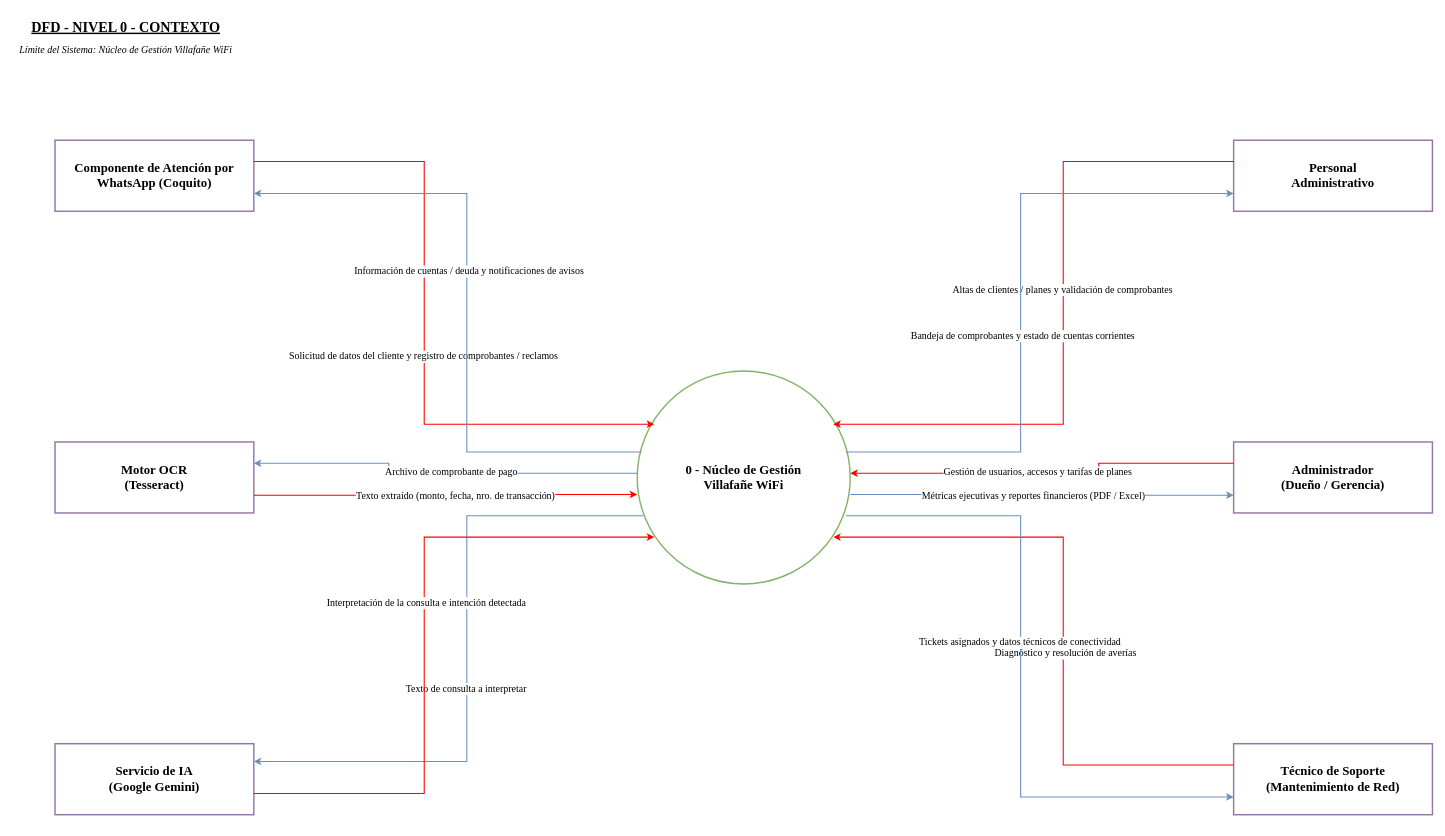
Before: Diagramas/Diagrama de contexto.drawio in Ukiluli11/VillafaneWifi-Gestion-y-atencion, a draw.io diagram. Source tidied: cells renumbered, new cells numbered last; positions are measured from the earlier drawing's top-left corner, leaving out a move shared by most shapes. Both pictures are drawn from the tidied source at 71%, with x=0, y=0 at pixel (12, 12).
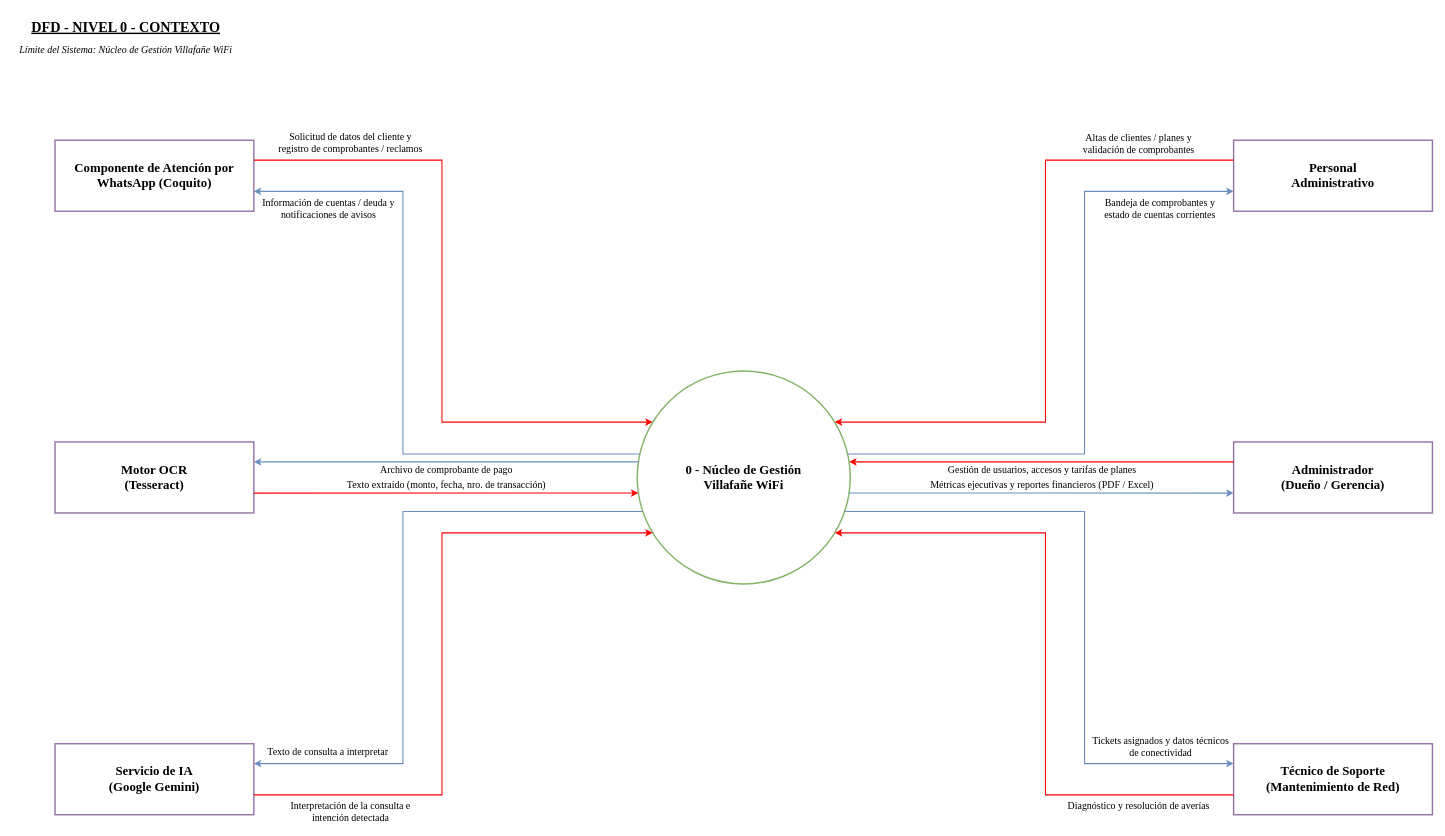
The same page after the edit.

The change refers to these unchanged cells:
```xml
<mxCell id="4" value="&lt;font face=&quot;Times New Roman&quot; style=&quot;font-size: 18px;&quot;&gt;&lt;b&gt;0 - Núcleo de Gestión&lt;br&gt;Villafañe WiFi&lt;/b&gt;&lt;/font&gt;" style="shape=ellipse;html=1;dashed=0;whiteSpace=wrap;perimeter=ellipsePerimeter;fillColor=none;strokeColor=#82b366;strokeWidth=2;" parent="1" vertex="1">
  <mxGeometry x="880" y="505" width="300" height="300" as="geometry" />
</mxCell>
<mxCell id="5" value="&lt;font face=&quot;Times New Roman&quot; style=&quot;font-size: 18px;&quot;&gt;&lt;b&gt;Componente de Atención por WhatsApp (Coquito)&lt;/b&gt;&lt;/font&gt;" style="html=1;dashed=0;whiteSpace=wrap;flipH=1;fillColor=none;strokeColor=#9673a6;strokeWidth=2;" parent="1" vertex="1">
  <mxGeometry x="60" y="180" width="280" height="100" as="geometry" />
</mxCell>
<mxCell id="6" value="&lt;font face=&quot;Times New Roman&quot; style=&quot;font-size: 18px;&quot;&gt;&lt;b&gt;Motor OCR&lt;br&gt;(Tesseract)&lt;/b&gt;&lt;/font&gt;" style="html=1;dashed=0;whiteSpace=wrap;flipH=1;fillColor=none;strokeColor=#9673a6;strokeWidth=2;" parent="1" vertex="1">
  <mxGeometry x="60" y="605" width="280" height="100" as="geometry" />
</mxCell>
<mxCell id="7" value="&lt;font face=&quot;Times New Roman&quot; style=&quot;font-size: 18px;&quot;&gt;&lt;b&gt;Servicio de IA&lt;br&gt;(Google Gemini)&lt;/b&gt;&lt;/font&gt;" style="html=1;dashed=0;whiteSpace=wrap;flipH=1;fillColor=none;strokeColor=#9673a6;strokeWidth=2;" parent="1" vertex="1">
  <mxGeometry x="60" y="1030" width="280" height="100" as="geometry" />
</mxCell>
<mxCell id="8" value="&lt;font face=&quot;Times New Roman&quot; style=&quot;font-size: 18px;&quot;&gt;&lt;b&gt;Personal&lt;br&gt;Administrativo&lt;/b&gt;&lt;/font&gt;" style="html=1;dashed=0;whiteSpace=wrap;flipH=1;fillColor=none;strokeColor=#9673a6;strokeWidth=2;" parent="1" vertex="1">
  <mxGeometry x="1720" y="180" width="280" height="100" as="geometry" />
</mxCell>
<mxCell id="9" value="&lt;font face=&quot;Times New Roman&quot; style=&quot;font-size: 18px;&quot;&gt;&lt;b&gt;Administrador&lt;br&gt;(Dueño / Gerencia)&lt;/b&gt;&lt;/font&gt;" style="html=1;dashed=0;whiteSpace=wrap;flipH=1;fillColor=none;strokeColor=#9673a6;strokeWidth=2;" parent="1" vertex="1">
  <mxGeometry x="1720" y="605" width="280" height="100" as="geometry" />
</mxCell>
<mxCell id="10" value="&lt;font face=&quot;Times New Roman&quot; style=&quot;font-size: 18px;&quot;&gt;&lt;b&gt;Técnico de Soporte&lt;br&gt;(Mantenimiento de Red)&lt;/b&gt;&lt;/font&gt;" style="html=1;dashed=0;whiteSpace=wrap;flipH=1;fillColor=none;strokeColor=#9673a6;strokeWidth=2;" parent="1" vertex="1">
  <mxGeometry x="1720" y="1030" width="280" height="100" as="geometry" />
</mxCell>
```

The edit, as a diff of the source:
```diff
@@
-    <mxCell id="11" style="edgeStyle=orthogonalEdgeStyle;rounded=0;jettySize=auto;html=1;fillColor=#FF0000;strokeColor=#FF0000;strokeWidth=1.5;exitX=1;exitY=0.3;exitDx=0;exitDy=0;entryX=0.08;entryY=0.25;entryDx=0;entryDy=0;entryPerimeter=0;" parent="1" edge="1" source="5" target="4">
+    <mxCell id="11" style="rounded=0;html=1;fillColor=#FF0000;strokeColor=#FF0000;strokeWidth=1.5;noEdgeStyle=1;jumpStyle=arc;jumpSize=9;exitPerimeter=0;entryPerimeter=0;exitX=0;exitY=0.28;entryX=0.0729;entryY=0.24;" parent="1" edge="1" source="5" target="4">
       <mxGeometry relative="1" as="geometry">
         <Array as="points">
-          <mxPoint x="580" y="210" />
-          <mxPoint x="580" y="580" />
+          <mxPoint x="605" y="208" />
+          <mxPoint x="605" y="577" />
         </Array>
       </mxGeometry>
     </mxCell>
-    <mxCell id="12" value="&lt;font face=&quot;Times New Roman&quot; style=&quot;font-size: 14px;&quot;&gt;Solicitud de datos del cliente y registro de comprobantes / reclamos&lt;/font&gt;" style="edgeLabel;html=1;align=center;verticalAlign=middle;" parent="11" vertex="1">
-      <mxGeometry x="0.1" y="-2" relative="1" as="geometry" />
+    <mxCell id="12" value="&lt;font face=&quot;Times New Roman&quot; style=&quot;font-size: 14px;&quot;&gt;Solicitud de datos del cliente y&lt;br&gt;registro de comprobantes / reclamos&lt;/font&gt;" style="edgeLabel;html=1;align=center;verticalAlign=middle;" parent="11" vertex="1">
+      <mxGeometry x="-0.71" relative="1" as="geometry">
+        <mxPoint y="-25" as="offset" />
+      </mxGeometry>
     </mxCell>
-    <mxCell id="13" style="edgeStyle=orthogonalEdgeStyle;rounded=0;jettySize=auto;html=1;fillColor=#6c8ebf;strokeColor=#6c8ebf;strokeWidth=1.5;exitX=0.02;exitY=0.38;exitDx=0;exitDy=0;exitPerimeter=0;entryX=1;entryY=0.75;entryDx=0;entryDy=0;" parent="1" edge="1" source="4" target="5">
+    <mxCell id="13" style="rounded=0;html=1;fillColor=#6c8ebf;strokeColor=#6c8ebf;strokeWidth=1.5;noEdgeStyle=1;jumpStyle=arc;jumpSize=9;exitPerimeter=0;entryPerimeter=0;exitX=0.0123;exitY=0.39;entryX=0;entryY=0.72;" parent="1" edge="1" source="4" target="5">
       <mxGeometry relative="1" as="geometry">
         <Array as="points">
-          <mxPoint x="640" y="619" />
-          <mxPoint x="640" y="255" />
+          <mxPoint x="550" y="622" />
+          <mxPoint x="550" y="252" />
         </Array>
       </mxGeometry>
     </mxCell>
-    <mxCell id="14" value="&lt;font face=&quot;Times New Roman&quot; style=&quot;font-size: 14px;&quot;&gt;Información de cuentas / deuda y notificaciones de avisos&lt;/font&gt;" style="edgeLabel;html=1;align=center;verticalAlign=middle;" parent="13" vertex="1">
-      <mxGeometry x="0.1" y="-2" relative="1" as="geometry" />
+    <mxCell id="14" value="&lt;font face=&quot;Times New Roman&quot; style=&quot;font-size: 14px;&quot;&gt;Información de cuentas / deuda y&lt;br&gt;notificaciones de avisos&lt;/font&gt;" style="edgeLabel;html=1;align=center;verticalAlign=middle;" parent="13" vertex="1">
+      <mxGeometry x="0.77" relative="1" as="geometry">
+        <mxPoint y="24" as="offset" />
+      </mxGeometry>
     </mxCell>
-    <mxCell id="15" style="edgeStyle=orthogonalEdgeStyle;rounded=0;jettySize=auto;html=1;fillColor=#6c8ebf;strokeColor=#6c8ebf;strokeWidth=1.5;exitX=0;exitY=0.48;exitDx=0;exitDy=0;exitPerimeter=0;entryX=1;entryY=0.3;entryDx=0;entryDy=0;" parent="1" edge="1" source="4" target="6">
-      <mxGeometry relative="1" as="geometry">
-        <Array as="points">
-          <mxPoint x="530" y="649" />
-          <mxPoint x="530" y="635" />
-        </Array>
-      </mxGeometry>
+    <mxCell id="15" style="rounded=0;html=1;fillColor=#6c8ebf;strokeColor=#6c8ebf;strokeWidth=1.5;noEdgeStyle=1;jumpStyle=arc;jumpSize=9;exitPerimeter=0;entryPerimeter=0;exitX=0.0054;exitY=0.4267;entryX=0;entryY=0.28;" parent="1" edge="1" source="4" target="6">
+      <mxGeometry relative="1" as="geometry" />
     </mxCell>
     <mxCell id="16" value="&lt;font face=&quot;Times New Roman&quot; style=&quot;font-size: 14px;&quot;&gt;Archivo de comprobante de pago&lt;/font&gt;" style="edgeLabel;html=1;align=center;verticalAlign=middle;" parent="15" vertex="1">
-      <mxGeometry x="-0.05" y="-2" relative="1" as="geometry" />
+      <mxGeometry relative="1" as="geometry">
+        <mxPoint y="11" as="offset" />
+      </mxGeometry>
     </mxCell>
-    <mxCell id="17" style="edgeStyle=orthogonalEdgeStyle;rounded=0;jettySize=auto;html=1;fillColor=#FF0000;strokeColor=#FF0000;strokeWidth=1.5;exitX=1;exitY=0.75;exitDx=0;exitDy=0;entryX=0;entryY=0.58;entryDx=0;entryDy=0;entryPerimeter=0;" parent="1" edge="1" source="6" target="4">
-      <mxGeometry relative="1" as="geometry">
-        <Array as="points">
-          <mxPoint x="530" y="680" />
-          <mxPoint x="530" y="679" />
-        </Array>
-      </mxGeometry>
+    <mxCell id="17" style="rounded=0;html=1;fillColor=#FF0000;strokeColor=#FF0000;strokeWidth=1.5;noEdgeStyle=1;jumpStyle=arc;jumpSize=9;exitPerimeter=0;entryPerimeter=0;exitX=0;exitY=0.72;entryX=0.0054;entryY=0.5733;" parent="1" edge="1" source="6" target="4">
+      <mxGeometry relative="1" as="geometry" />
     </mxCell>
     <mxCell id="18" value="&lt;font face=&quot;Times New Roman&quot; style=&quot;font-size: 14px;&quot;&gt;Texto extraído (monto, fecha, nro. de transacción)&lt;/font&gt;" style="edgeLabel;html=1;align=center;verticalAlign=middle;" parent="17" vertex="1">
-      <mxGeometry x="0.05" y="-2" relative="1" as="geometry" />
+      <mxGeometry relative="1" as="geometry">
+        <mxPoint y="-11" as="offset" />
+      </mxGeometry>
     </mxCell>
-    <mxCell id="19" style="edgeStyle=orthogonalEdgeStyle;rounded=0;jettySize=auto;html=1;fillColor=#6c8ebf;strokeColor=#6c8ebf;strokeWidth=1.5;exitX=0.03;exitY=0.68;exitDx=0;exitDy=0;exitPerimeter=0;entryX=1;entryY=0.25;entryDx=0;entryDy=0;" parent="1" edge="1" source="4" target="7">
+    <mxCell id="19" style="rounded=0;html=1;fillColor=#6c8ebf;strokeColor=#6c8ebf;strokeWidth=1.5;noEdgeStyle=1;jumpStyle=arc;jumpSize=9;exitPerimeter=0;entryPerimeter=0;exitX=0.0263;exitY=0.66;entryX=0;entryY=0.28;" parent="1" edge="1" source="4" target="7">
       <mxGeometry relative="1" as="geometry">
         <Array as="points">
-          <mxPoint x="640" y="709" />
-          <mxPoint x="640" y="1055" />
+          <mxPoint x="550" y="703" />
+          <mxPoint x="550" y="1058" />
         </Array>
       </mxGeometry>
     </mxCell>
     <mxCell id="20" value="&lt;font face=&quot;Times New Roman&quot; style=&quot;font-size: 14px;&quot;&gt;Texto de consulta a interpretar&lt;/font&gt;" style="edgeLabel;html=1;align=center;verticalAlign=middle;" parent="19" vertex="1">
-      <mxGeometry x="0.1" y="-2" relative="1" as="geometry" />
+      <mxGeometry x="0.77" relative="1" as="geometry">
+        <mxPoint y="-17" as="offset" />
+      </mxGeometry>
     </mxCell>
-    <mxCell id="21" style="edgeStyle=orthogonalEdgeStyle;rounded=0;jettySize=auto;html=1;fillColor=#FF0000;strokeColor=#FF0000;strokeWidth=1.5;exitX=1;exitY=0.7;exitDx=0;exitDy=0;entryX=0.08;entryY=0.78;entryDx=0;entryDy=0;entryPerimeter=0;" parent="1" edge="1" source="7" target="4">
+    <mxCell id="21" style="rounded=0;html=1;fillColor=#FF0000;strokeColor=#FF0000;strokeWidth=1.5;noEdgeStyle=1;jumpStyle=arc;jumpSize=9;exitPerimeter=0;entryPerimeter=0;exitX=0;exitY=0.72;entryX=0.0729;entryY=0.76;" parent="1" edge="1" source="7" target="4">
       <mxGeometry relative="1" as="geometry">
         <Array as="points">
-          <mxPoint x="580" y="1100" />
-          <mxPoint x="580" y="739" />
+          <mxPoint x="605" y="1102" />
+          <mxPoint x="605" y="733" />
         </Array>
       </mxGeometry>
     </mxCell>
-    <mxCell id="22" value="&lt;font face=&quot;Times New Roman&quot; style=&quot;font-size: 14px;&quot;&gt;Interpretación de la consulta e intención detectada&lt;/font&gt;" style="edgeLabel;html=1;align=center;verticalAlign=middle;" parent="21" vertex="1">
-      <mxGeometry x="0.1" y="-2" relative="1" as="geometry" />
+    <mxCell id="22" value="&lt;font face=&quot;Times New Roman&quot; style=&quot;font-size: 14px;&quot;&gt;Interpretación de la consulta e&lt;br&gt;intención detectada&lt;/font&gt;" style="edgeLabel;html=1;align=center;verticalAlign=middle;" parent="21" vertex="1">
+      <mxGeometry x="-0.71" relative="1" as="geometry">
+        <mxPoint y="24" as="offset" />
+      </mxGeometry>
     </mxCell>
-    <mxCell id="23" style="edgeStyle=orthogonalEdgeStyle;rounded=0;jettySize=auto;html=1;fillColor=#FF0000;strokeColor=#FF0000;strokeWidth=1.5;exitX=0;exitY=0.3;exitDx=0;exitDy=0;entryX=0.92;entryY=0.25;entryDx=0;entryDy=0;entryPerimeter=0;" parent="1" edge="1" source="8" target="4">
+    <mxCell id="23" style="rounded=0;html=1;fillColor=#FF0000;strokeColor=#FF0000;strokeWidth=1.5;noEdgeStyle=1;jumpStyle=arc;jumpSize=9;exitPerimeter=0;entryPerimeter=0;exitX=1;exitY=0.28;entryX=0.9271;entryY=0.24;" parent="1" edge="1" source="8" target="4">
       <mxGeometry relative="1" as="geometry">
         <Array as="points">
-          <mxPoint x="1480" y="210" />
-          <mxPoint x="1480" y="580" />
+          <mxPoint x="1455" y="208" />
+          <mxPoint x="1455" y="577" />
         </Array>
       </mxGeometry>
     </mxCell>
-    <mxCell id="24" value="&lt;font face=&quot;Times New Roman&quot; style=&quot;font-size: 14px;&quot;&gt;Altas de clientes / planes y validación de comprobantes&lt;/font&gt;" style="edgeLabel;html=1;align=center;verticalAlign=middle;" parent="23" vertex="1">
-      <mxGeometry x="-0.1" y="-2" relative="1" as="geometry" />
+    <mxCell id="24" value="&lt;font face=&quot;Times New Roman&quot; style=&quot;font-size: 14px;&quot;&gt;Altas de clientes / planes y&lt;br&gt;validación de comprobantes&lt;/font&gt;" style="edgeLabel;html=1;align=center;verticalAlign=middle;" parent="23" vertex="1">
+      <mxGeometry x="-0.71" relative="1" as="geometry">
+        <mxPoint y="-24" as="offset" />
+      </mxGeometry>
     </mxCell>
-    <mxCell id="25" style="edgeStyle=orthogonalEdgeStyle;rounded=0;jettySize=auto;html=1;fillColor=#6c8ebf;strokeColor=#6c8ebf;strokeWidth=1.5;exitX=0.98;exitY=0.38;exitDx=0;exitDy=0;exitPerimeter=0;entryX=0;entryY=0.75;entryDx=0;entryDy=0;" parent="1" edge="1" source="4" target="8">
+    <mxCell id="25" style="rounded=0;html=1;fillColor=#6c8ebf;strokeColor=#6c8ebf;strokeWidth=1.5;noEdgeStyle=1;jumpStyle=arc;jumpSize=9;exitPerimeter=0;entryPerimeter=0;exitX=0.9877;exitY=0.39;entryX=1;entryY=0.72;" parent="1" edge="1" source="4" target="8">
       <mxGeometry relative="1" as="geometry">
         <Array as="points">
-          <mxPoint x="1420" y="619" />
-          <mxPoint x="1420" y="255" />
+          <mxPoint x="1510" y="622" />
+          <mxPoint x="1510" y="252" />
         </Array>
       </mxGeometry>
     </mxCell>
-    <mxCell id="26" value="&lt;font face=&quot;Times New Roman&quot; style=&quot;font-size: 14px;&quot;&gt;Bandeja de comprobantes y estado de cuentas corrientes&lt;/font&gt;" style="edgeLabel;html=1;align=center;verticalAlign=middle;" parent="25" vertex="1">
-      <mxGeometry x="-0.1" y="-2" relative="1" as="geometry" />
+    <mxCell id="26" value="&lt;font face=&quot;Times New Roman&quot; style=&quot;font-size: 14px;&quot;&gt;Bandeja de comprobantes y&lt;br&gt;estado de cuentas corrientes&lt;/font&gt;" style="edgeLabel;html=1;align=center;verticalAlign=middle;" parent="25" vertex="1">
+      <mxGeometry x="0.77" relative="1" as="geometry">
+        <mxPoint y="24" as="offset" />
+      </mxGeometry>
     </mxCell>
-    <mxCell id="27" style="edgeStyle=orthogonalEdgeStyle;rounded=0;jettySize=auto;html=1;fillColor=#FF0000;strokeColor=#FF0000;strokeWidth=1.5;exitX=0;exitY=0.3;exitDx=0;exitDy=0;entryX=1;entryY=0.48;entryDx=0;entryDy=0;entryPerimeter=0;" parent="1" edge="1" source="9" target="4">
-      <mxGeometry relative="1" as="geometry">
-        <Array as="points">
-          <mxPoint x="1530" y="635" />
-          <mxPoint x="1530" y="649" />
-        </Array>
-      </mxGeometry>
+    <mxCell id="27" style="rounded=0;html=1;fillColor=#FF0000;strokeColor=#FF0000;strokeWidth=1.5;noEdgeStyle=1;jumpStyle=arc;jumpSize=9;exitPerimeter=0;entryPerimeter=0;exitX=1;exitY=0.28;entryX=0.9946;entryY=0.4267;" parent="1" edge="1" source="9" target="4">
+      <mxGeometry relative="1" as="geometry" />
     </mxCell>
     <mxCell id="28" value="&lt;font face=&quot;Times New Roman&quot; style=&quot;font-size: 14px;&quot;&gt;Gestión de usuarios, accesos y tarifas de planes&lt;/font&gt;" style="edgeLabel;html=1;align=center;verticalAlign=middle;" parent="27" vertex="1">
-      <mxGeometry x="0.05" y="-2" relative="1" as="geometry" />
+      <mxGeometry relative="1" as="geometry">
+        <mxPoint y="11" as="offset" />
+      </mxGeometry>
     </mxCell>
-    <mxCell id="29" style="edgeStyle=orthogonalEdgeStyle;rounded=0;jettySize=auto;html=1;fillColor=#6c8ebf;strokeColor=#6c8ebf;strokeWidth=1.5;exitX=1;exitY=0.58;exitDx=0;exitDy=0;exitPerimeter=0;entryX=0;entryY=0.75;entryDx=0;entryDy=0;" parent="1" edge="1" source="4" target="9">
-      <mxGeometry relative="1" as="geometry">
-        <Array as="points">
-          <mxPoint x="1530" y="679" />
-          <mxPoint x="1530" y="680" />
-        </Array>
-      </mxGeometry>
+    <mxCell id="29" style="rounded=0;html=1;fillColor=#6c8ebf;strokeColor=#6c8ebf;strokeWidth=1.5;noEdgeStyle=1;jumpStyle=arc;jumpSize=9;exitPerimeter=0;entryPerimeter=0;exitX=0.9946;exitY=0.5733;entryX=1;entryY=0.72;" parent="1" edge="1" source="4" target="9">
+      <mxGeometry relative="1" as="geometry" />
     </mxCell>
     <mxCell id="30" value="&lt;font face=&quot;Times New Roman&quot; style=&quot;font-size: 14px;&quot;&gt;Métricas ejecutivas y reportes financieros (PDF / Excel)&lt;/font&gt;" style="edgeLabel;html=1;align=center;verticalAlign=middle;" parent="29" vertex="1">
-      <mxGeometry x="-0.05" y="-2" relative="1" as="geometry" />
+      <mxGeometry relative="1" as="geometry">
+        <mxPoint y="-11" as="offset" />
+      </mxGeometry>
     </mxCell>
-    <mxCell id="31" style="edgeStyle=orthogonalEdgeStyle;rounded=0;jettySize=auto;html=1;fillColor=#FF0000;strokeColor=#FF0000;strokeWidth=1.5;exitX=0;exitY=0.3;exitDx=0;exitDy=0;entryX=0.92;entryY=0.78;entryDx=0;entryDy=0;entryPerimeter=0;" parent="1" edge="1" source="10" target="4">
+    <mxCell id="31" style="rounded=0;html=1;fillColor=#FF0000;strokeColor=#FF0000;strokeWidth=1.5;noEdgeStyle=1;jumpStyle=arc;jumpSize=9;exitPerimeter=0;entryPerimeter=0;exitX=1;exitY=0.72;entryX=0.9271;entryY=0.76;" parent="1" edge="1" source="10" target="4">
       <mxGeometry relative="1" as="geometry">
         <Array as="points">
-          <mxPoint x="1480" y="1060" />
-          <mxPoint x="1480" y="739" />
+          <mxPoint x="1455" y="1102" />
+          <mxPoint x="1455" y="733" />
         </Array>
       </mxGeometry>
     </mxCell>
     <mxCell id="32" value="&lt;font face=&quot;Times New Roman&quot; style=&quot;font-size: 14px;&quot;&gt;Diagnóstico y resolución de averías&lt;/font&gt;" style="edgeLabel;html=1;align=center;verticalAlign=middle;" parent="31" vertex="1">
-      <mxGeometry x="-0.1" y="-2" relative="1" as="geometry" />
+      <mxGeometry x="-0.71" relative="1" as="geometry">
+        <mxPoint y="16" as="offset" />
+      </mxGeometry>
     </mxCell>
-    <mxCell id="33" style="edgeStyle=orthogonalEdgeStyle;rounded=0;jettySize=auto;html=1;fillColor=#6c8ebf;strokeColor=#6c8ebf;strokeWidth=1.5;exitX=0.98;exitY=0.68;exitDx=0;exitDy=0;exitPerimeter=0;entryX=0;entryY=0.75;entryDx=0;entryDy=0;" parent="1" edge="1" source="4" target="10">
+    <mxCell id="33" style="rounded=0;html=1;fillColor=#6c8ebf;strokeColor=#6c8ebf;strokeWidth=1.5;noEdgeStyle=1;jumpStyle=arc;jumpSize=9;exitPerimeter=0;entryPerimeter=0;exitX=0.9737;exitY=0.66;entryX=1;entryY=0.28;" parent="1" edge="1" source="4" target="10">
       <mxGeometry relative="1" as="geometry">
         <Array as="points">
-          <mxPoint x="1420" y="709" />
-          <mxPoint x="1420" y="1105" />
+          <mxPoint x="1510" y="703" />
+          <mxPoint x="1510" y="1058" />
         </Array>
       </mxGeometry>
     </mxCell>
-    <mxCell id="34" value="&lt;font face=&quot;Times New Roman&quot; style=&quot;font-size: 14px;&quot;&gt;Tickets asignados y datos técnicos de conectividad&lt;/font&gt;" style="edgeLabel;html=1;align=center;verticalAlign=middle;" parent="33" vertex="1">
-      <mxGeometry x="-0.1" y="-2" relative="1" as="geometry" />
+    <mxCell id="34" value="&lt;font face=&quot;Times New Roman&quot; style=&quot;font-size: 14px;&quot;&gt;Tickets asignados y datos técnicos&lt;br&gt;de conectividad&lt;/font&gt;" style="edgeLabel;html=1;align=center;verticalAlign=middle;" parent="33" vertex="1">
+      <mxGeometry x="0.77" relative="1" as="geometry">
+        <mxPoint y="-24" as="offset" />
+      </mxGeometry>
     </mxCell>
```
